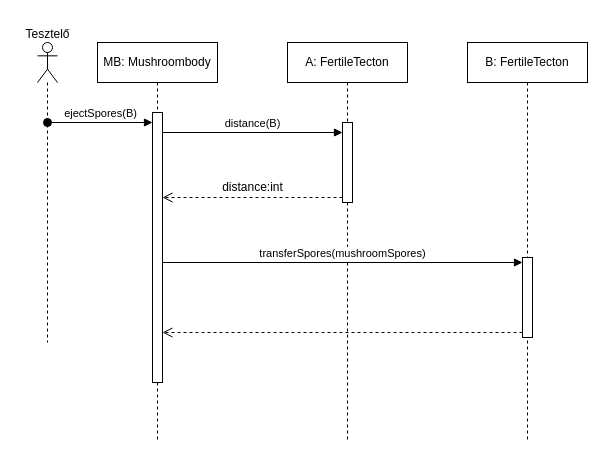
koharzsombor/bandITs keeps this draw.io diagram as page "32." (1 of 4) of 6_szkeleton_beadasa/Pdf-es_formaban_leadando_anyagok/Fuggelekek_anyagai/Use_case_ek_32-35/32-35_SeqDiags.drawio. Above is the earlier version. Source tidied: cells renumbered, new cells numbered last; positions are measured from the earlier drawing's top-left corner, leaving out a move shared by most shapes. Both pictures are drawn from the tidied source at 100%, with x=0, y=0 at pixel (17, 19).
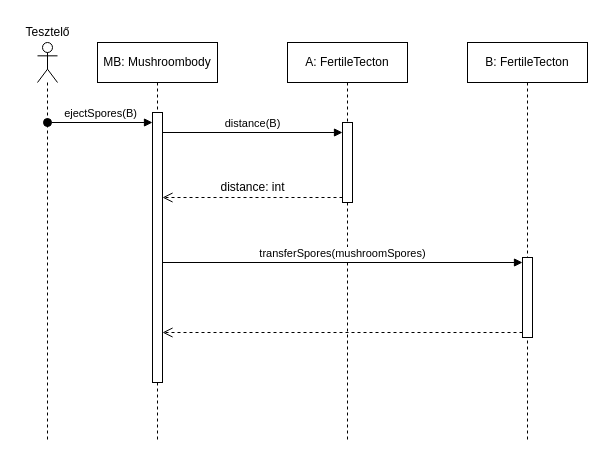
The same page after the edit.

What changed in the source:
```diff
@@
 <mxGraphModel>
   <root>
     <mxCell id="0" />
     <mxCell id="1" parent="0" />
     <mxCell id="2" value="MB: Mushroombody" style="shape=umlLifeline;perimeter=lifelinePerimeter;whiteSpace=wrap;html=1;newEdgeStyle={&quot;curved&quot;:0,&quot;rounded&quot;:0};" parent="1" vertex="1">
       <mxGeometry x="80" y="23" width="120" height="400" as="geometry" />
     </mxCell>
     <mxCell id="3" style="html=1;points=[[0,0,0,0,5],[0,1,0,0,-5],[1,0,0,0,5],[1,1,0,0,-5]];perimeter=orthogonalPerimeter;outlineConnect=0;targetShapes=umlLifeline;portConstraint=eastwest;newEdgeStyle={&quot;curved&quot;:0,&quot;rounded&quot;:0};" parent="2" vertex="1">
       <mxGeometry x="55" y="70" width="10" height="270" as="geometry" />
     </mxCell>
     <mxCell id="4" value="B: FertileTecton" style="shape=umlLifeline;perimeter=lifelinePerimeter;whiteSpace=wrap;html=1;newEdgeStyle={&quot;curved&quot;:0,&quot;rounded&quot;:0};" parent="1" vertex="1">
       <mxGeometry x="450" y="23" width="120" height="400" as="geometry" />
     </mxCell>
     <mxCell id="5" value="A: FertileTecton" style="shape=umlLifeline;perimeter=lifelinePerimeter;whiteSpace=wrap;html=1;newEdgeStyle={&quot;curved&quot;:0,&quot;rounded&quot;:0};" parent="1" vertex="1">
       <mxGeometry x="270" y="23" width="120" height="400" as="geometry" />
     </mxCell>
     <mxCell id="6" style="html=1;points=[[0,0,0,0,5],[0,1,0,0,-5],[1,0,0,0,5],[1,1,0,0,-5]];perimeter=orthogonalPerimeter;outlineConnect=0;targetShapes=umlLifeline;portConstraint=eastwest;newEdgeStyle={&quot;curved&quot;:0,&quot;rounded&quot;:0};" parent="5" vertex="1">
       <mxGeometry x="55" y="80" width="10" height="80" as="geometry" />
     </mxCell>
     <mxCell id="7" value="distance(B)" style="html=1;verticalAlign=bottom;endArrow=block;curved=0;rounded=0;entryX=0;entryY=0;entryDx=0;entryDy=5;" parent="1" edge="1">
       <mxGeometry relative="1" as="geometry">
         <mxPoint x="145" y="113" as="sourcePoint" />
         <mxPoint x="325" y="113" as="targetPoint" />
       </mxGeometry>
     </mxCell>
     <mxCell id="8" style="html=1;verticalAlign=bottom;endArrow=open;dashed=1;endSize=8;curved=0;rounded=0;exitX=0;exitY=1;exitDx=0;exitDy=-5;" parent="1" edge="1" source="6" target="3">
       <mxGeometry relative="1" as="geometry" />
     </mxCell>
     <mxCell id="9" style="html=1;points=[[0,0,0,0,5],[0,1,0,0,-5],[1,0,0,0,5],[1,1,0,0,-5]];perimeter=orthogonalPerimeter;outlineConnect=0;targetShapes=umlLifeline;portConstraint=eastwest;newEdgeStyle={&quot;curved&quot;:0,&quot;rounded&quot;:0};" parent="1" vertex="1">
       <mxGeometry x="505" y="238" width="10" height="80" as="geometry" />
     </mxCell>
     <mxCell id="10" value="transferSpores(mushroomSpores)" style="html=1;verticalAlign=bottom;endArrow=block;curved=0;rounded=0;entryX=0;entryY=0;entryDx=0;entryDy=5;" parent="1" edge="1" source="3" target="9">
       <mxGeometry relative="1" as="geometry" />
     </mxCell>
     <mxCell id="11" style="html=1;verticalAlign=bottom;endArrow=open;dashed=1;endSize=8;curved=0;rounded=0;exitX=0;exitY=1;exitDx=0;exitDy=-5;" parent="1" edge="1" source="9" target="3">
       <mxGeometry relative="1" as="geometry" />
     </mxCell>
     <mxCell id="12" value="ejectSpores(B)" style="html=1;verticalAlign=bottom;startArrow=oval;startFill=1;endArrow=block;startSize=8;curved=0;rounded=0;" parent="1" edge="1">
       <mxGeometry relative="1" as="geometry">
         <mxPoint x="30" y="103" as="sourcePoint" />
         <mxPoint x="135" y="103" as="targetPoint" />
       </mxGeometry>
     </mxCell>
-    <mxCell id="13" value="distance:int" style="text;html=1;align=center;verticalAlign=middle;strokeColor=none;fillColor=none;" parent="1" vertex="1">
-      <mxGeometry x="195" y="153" width="80" height="30" as="geometry" />
+    <mxCell id="13" value="distance: int" style="text;html=1;align=center;verticalAlign=middle;strokeColor=none;fillColor=none;" parent="1" vertex="1">
+      <mxGeometry x="190" y="153" width="90" height="30" as="geometry" />
     </mxCell>
     <mxCell id="14" style="shape=umlLifeline;perimeter=lifelinePerimeter;whiteSpace=wrap;html=1;newEdgeStyle={&quot;curved&quot;:0,&quot;rounded&quot;:0};participant=umlActor;" parent="1" vertex="1">
-      <mxGeometry x="20" y="23" width="20" height="300" as="geometry" />
+      <mxGeometry x="20" y="23" width="20" height="400" as="geometry" />
     </mxCell>
     <mxCell id="15" value="Tesztelő" style="text;html=1;align=center;verticalAlign=middle;strokeColor=none;fillColor=none;" parent="1" vertex="1">
-      <mxGeometry width="60" height="30" as="geometry" />
+      <mxGeometry y="-2" width="60" height="30" as="geometry" />
     </mxCell>
   </root>
 </mxGraphModel>
```
